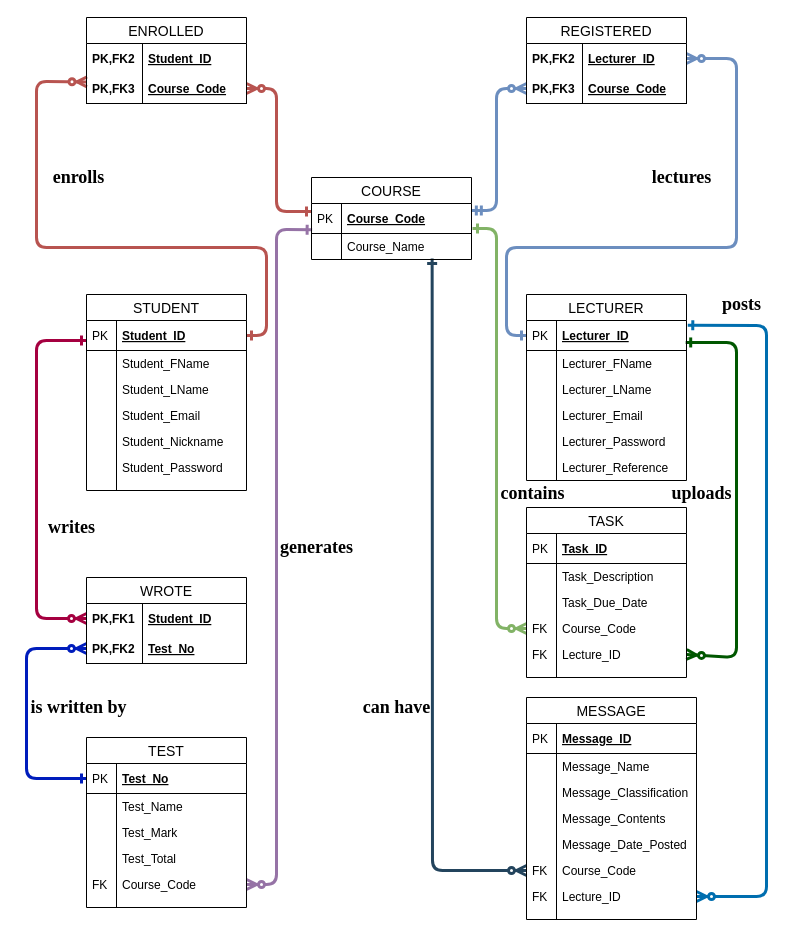
Above: Other/ERDS/OnlineIntialERD.drawio in Arneev/LecTrac (draw.io), before the change. Source tidied: cells renumbered, new cells numbered last; positions are measured from the earlier drawing's top-left corner, leaving out a move shared by most shapes. Both pictures are drawn from the tidied source at 100%, with x=0, y=0 at pixel (23, 17).
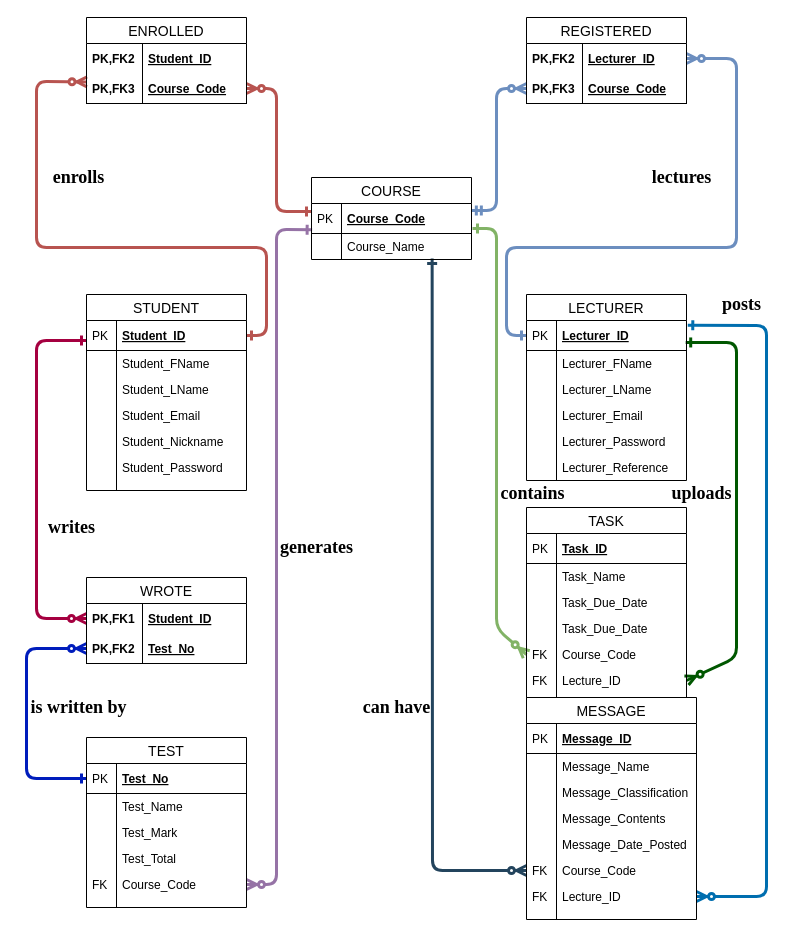
Above is the later version.

Change to the diagram source:
```diff
@@
     <mxCell id="74" value="TASK" style="swimlane;fontStyle=0;horizontal=1;startSize=26;align=center;fontSize=14;" parent="1" vertex="1">
-      <mxGeometry x="503" y="490" width="160" height="170" as="geometry" />
+      <mxGeometry x="503" y="490" width="160" height="196" as="geometry" />
     </mxCell>
@@
-    <mxCell id="77" value="Task_Description" style="shape=partialRectangle;top=0;left=0;right=0;bottom=0;align=left;verticalAlign=top;fillColor=none;spacingLeft=34;spacingRight=4;overflow=hidden;fontSize=12;" parent="74" vertex="1">
+    <mxCell id="77" value="Task_Name" style="shape=partialRectangle;top=0;left=0;right=0;bottom=0;align=left;verticalAlign=top;fillColor=none;spacingLeft=34;spacingRight=4;overflow=hidden;fontSize=12;" parent="74" vertex="1">
       <mxGeometry y="56" width="160" height="26" as="geometry" />
     </mxCell>
@@
+    <mxCell id="113" value="Task_Due_Date" style="shape=partialRectangle;top=0;left=0;right=0;bottom=0;align=left;verticalAlign=top;fillColor=none;spacingLeft=34;spacingRight=4;overflow=hidden;fontSize=12;" parent="74" vertex="1">
+      <mxGeometry y="108" width="160" height="26" as="geometry" />
+    </mxCell>
+    <mxCell id="114" style="shape=partialRectangle;top=0;left=0;bottom=0;fillColor=none;align=left;verticalAlign=top;spacingLeft=4;spacingRight=4;overflow=hidden;fontSize=12;" parent="113" vertex="1">
+      <mxGeometry width="30" height="26" as="geometry" />
+    </mxCell>
     <mxCell id="81" value="Course_Code" style="shape=partialRectangle;top=0;left=0;right=0;bottom=0;align=left;verticalAlign=top;fillColor=none;spacingLeft=34;spacingRight=4;overflow=hidden;points=[[0,0.5],[1,0.5]];portConstraint=eastwest;fontSize=12;" parent="74" vertex="1">
-      <mxGeometry y="108" width="160" height="26" as="geometry" />
+      <mxGeometry y="134" width="160" height="26" as="geometry" />
     </mxCell>
@@
     <mxCell id="83" value="Lecture_ID" style="shape=partialRectangle;top=0;left=0;right=0;bottom=0;align=left;verticalAlign=top;fillColor=none;spacingLeft=34;spacingRight=4;overflow=hidden;points=[[0,0.5],[1,0.5]];portConstraint=eastwest;fontSize=12;" parent="74" vertex="1">
-      <mxGeometry y="134" width="160" height="26" as="geometry" />
+      <mxGeometry y="160" width="160" height="26" as="geometry" />
     </mxCell>
@@
     <mxCell id="85" style="shape=partialRectangle;top=0;left=0;right=0;bottom=0;align=left;verticalAlign=top;fillColor=none;spacingLeft=34;spacingRight=4;overflow=hidden;fontSize=12;" parent="74" vertex="1">
-      <mxGeometry y="160" width="160" height="10" as="geometry" />
+      <mxGeometry y="186" width="160" height="10" as="geometry" />
     </mxCell>
```
